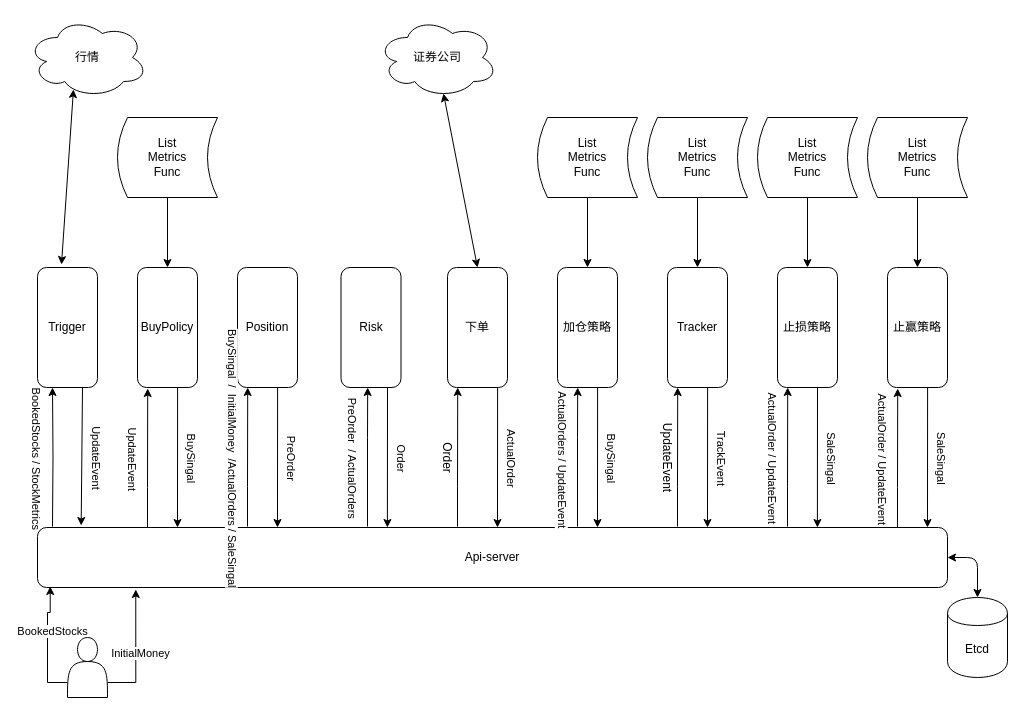
Above: model.drawio in charlesren/eagle (draw.io), before the change. Source tidied: cells renumbered, new cells numbered last; positions are measured from the earlier drawing's top-left corner, leaving out a move shared by most shapes. Both pictures are drawn from the tidied source at 100%, with x=0, y=0 at pixel (27, 17).
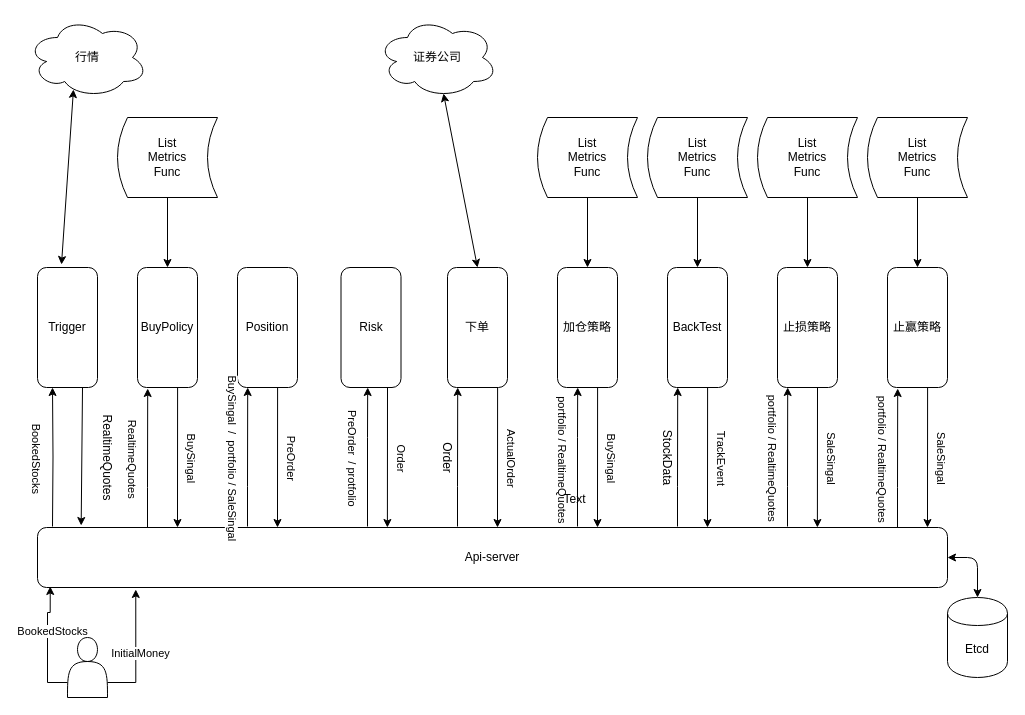
The same diagram, later.

The change refers to these unchanged cells:
```xml
<mxCell id="10" style="edgeStyle=orthogonalEdgeStyle;rounded=0;jettySize=auto;html=1;entryX=1;entryY=0.75;entryDx=0;entryDy=0;" parent="1" edge="1" target="2">
  <mxGeometry relative="1" as="geometry">
    <mxPoint x="25" y="509" as="sourcePoint" />
  </mxGeometry>
</mxCell>
<mxCell id="16" style="endArrow=classic;html=1;exitX=1;exitY=0.25;exitDx=0;exitDy=0;entryX=0.048;entryY=-0.033;entryDx=0;entryDy=0;entryPerimeter=0;" parent="1" edge="1" source="2" target="12">
  <mxGeometry relative="1" as="geometry" />
</mxCell>
<mxCell id="18" style="edgeStyle=orthogonalEdgeStyle;rounded=0;orthogonalLoop=1;jettySize=auto;html=1;exitX=0.042;exitY=-0.017;exitDx=0;exitDy=0;entryX=1;entryY=0.75;entryDx=0;entryDy=0;exitPerimeter=0;" parent="1" edge="1">
  <mxGeometry relative="1" as="geometry">
    <mxPoint x="120" y="510" as="sourcePoint" />
    <mxPoint x="120.2" y="371" as="targetPoint" />
    <Array as="points">
      <mxPoint x="120" y="470" />
      <mxPoint x="120" y="470" />
    </Array>
  </mxGeometry>
</mxCell>
<mxCell id="22" style="edgeStyle=orthogonalEdgeStyle;rounded=0;orthogonalLoop=1;jettySize=auto;html=1;exitX=0.042;exitY=-0.017;exitDx=0;exitDy=0;entryX=1;entryY=0.75;entryDx=0;entryDy=0;exitPerimeter=0;" parent="1" edge="1">
  <mxGeometry relative="1" as="geometry">
    <mxPoint x="220" y="509" as="sourcePoint" />
    <mxPoint x="220.2" y="370" as="targetPoint" />
    <Array as="points">
      <mxPoint x="220" y="469" />
      <mxPoint x="220" y="469" />
    </Array>
  </mxGeometry>
</mxCell>
<mxCell id="26" style="edgeStyle=orthogonalEdgeStyle;rounded=0;orthogonalLoop=1;jettySize=auto;html=1;exitX=0.042;exitY=-0.017;exitDx=0;exitDy=0;entryX=1;entryY=0.75;entryDx=0;entryDy=0;exitPerimeter=0;" parent="1" edge="1">
  <mxGeometry relative="1" as="geometry">
    <mxPoint x="340" y="509" as="sourcePoint" />
    <mxPoint x="340.2" y="370" as="targetPoint" />
    <Array as="points">
      <mxPoint x="340" y="420" />
      <mxPoint x="340" y="420" />
    </Array>
  </mxGeometry>
</mxCell>
<mxCell id="40" style="edgeStyle=orthogonalEdgeStyle;rounded=0;orthogonalLoop=1;jettySize=auto;html=1;exitX=0.042;exitY=-0.017;exitDx=0;exitDy=0;entryX=1;entryY=0.75;entryDx=0;entryDy=0;exitPerimeter=0;" parent="1" edge="1">
  <mxGeometry relative="1" as="geometry">
    <mxPoint x="550" y="509" as="sourcePoint" />
    <mxPoint x="550.2" y="370" as="targetPoint" />
    <Array as="points">
      <mxPoint x="550" y="420" />
      <mxPoint x="550" y="420" />
    </Array>
  </mxGeometry>
</mxCell>
<mxCell id="48" style="edgeStyle=orthogonalEdgeStyle;rounded=0;orthogonalLoop=1;jettySize=auto;html=1;exitX=0.042;exitY=-0.017;exitDx=0;exitDy=0;entryX=1;entryY=0.75;entryDx=0;entryDy=0;exitPerimeter=0;" parent="1" edge="1">
  <mxGeometry relative="1" as="geometry">
    <mxPoint x="760" y="509" as="sourcePoint" />
    <mxPoint x="760.2" y="370" as="targetPoint" />
    <Array as="points">
      <mxPoint x="760" y="469" />
      <mxPoint x="760" y="469" />
    </Array>
  </mxGeometry>
</mxCell>
<mxCell id="52" style="edgeStyle=orthogonalEdgeStyle;rounded=0;orthogonalLoop=1;jettySize=auto;html=1;exitX=0.042;exitY=-0.017;exitDx=0;exitDy=0;entryX=1;entryY=0.75;entryDx=0;entryDy=0;exitPerimeter=0;" parent="1" edge="1">
  <mxGeometry relative="1" as="geometry">
    <mxPoint x="870" y="510" as="sourcePoint" />
    <mxPoint x="870.2" y="371" as="targetPoint" />
    <Array as="points">
      <mxPoint x="870" y="470" />
      <mxPoint x="870" y="470" />
    </Array>
  </mxGeometry>
</mxCell>
```

Change to the diagram source:
```diff
@@
-    <mxCell id="11" value="BookedStocks / StockMetrics" style="edgeLabel;html=1;align=center;verticalAlign=middle;rotation=90;" parent="10" vertex="1">
+    <mxCell id="11" value="BookedStocks" style="edgeLabel;html=1;align=center;verticalAlign=middle;rotation=90;" parent="10" vertex="1">
       <mxGeometry x="0.02" y="-1" relative="1" as="geometry">
         <mxPoint x="-16" y="1.8" as="offset" />
       </mxGeometry>
     </mxCell>
@@
-    <mxCell id="17" value="UpdateEvent" style="edgeLabel;html=1;align=center;verticalAlign=middle;rotation=90;" parent="16" vertex="1">
-      <mxGeometry x="-0.18" y="1" relative="1" as="geometry">
-        <mxPoint x="14.1" y="13" as="offset" />
-      </mxGeometry>
-    </mxCell>
@@
-    <mxCell id="19" value="UpdateEvent" style="edgeLabel;html=1;align=center;verticalAlign=middle;rotation=90;" parent="18" vertex="1">
+    <mxCell id="19" value="RealtimeQuotes" style="edgeLabel;html=1;align=center;verticalAlign=middle;rotation=90;" parent="18" vertex="1">
       <mxGeometry x="0.02" y="-1" relative="1" as="geometry">
         <mxPoint x="-16" y="1.8" as="offset" />
       </mxGeometry>
     </mxCell>
@@
-    <mxCell id="23" value="BuySingal&amp;nbsp; /&amp;nbsp; InitialMoney&amp;nbsp; /ActualOrders / SaleSingal" style="edgeLabel;html=1;align=center;verticalAlign=middle;rotation=90;" parent="22" vertex="1">
+    <mxCell id="23" value="BuySingal&amp;nbsp; /&amp;nbsp; portfolio / SaleSingal" style="edgeLabel;html=1;align=center;verticalAlign=middle;rotation=90;" parent="22" vertex="1">
       <mxGeometry x="0.02" y="-1" relative="1" as="geometry">
         <mxPoint x="-16" y="1.8" as="offset" />
       </mxGeometry>
     </mxCell>
@@
-    <mxCell id="27" value="PreOrder&amp;nbsp; / ActualOrders" style="edgeLabel;html=1;align=center;verticalAlign=middle;rotation=90;" parent="26" vertex="1">
+    <mxCell id="27" value="PreOrder&amp;nbsp; / protfolio" style="edgeLabel;html=1;align=center;verticalAlign=middle;rotation=90;" parent="26" vertex="1">
       <mxGeometry x="0.02" y="-1" relative="1" as="geometry">
         <mxPoint x="-16" y="1.8" as="offset" />
       </mxGeometry>
     </mxCell>
@@
-    <mxCell id="37" value="Tracker" style="rounded=1;whiteSpace=wrap;html=1;direction=south;" parent="1" vertex="1">
+    <mxCell id="37" value="BackTest" style="rounded=1;whiteSpace=wrap;html=1;direction=south;" parent="1" vertex="1">
       <mxGeometry x="640" y="250" width="60" height="120" as="geometry" />
     </mxCell>
@@
-    <mxCell id="41" value="&amp;nbsp;ActualOrders / UpdateEvent" style="edgeLabel;html=1;align=center;verticalAlign=middle;rotation=90;" parent="40" vertex="1">
+    <mxCell id="41" value="&amp;nbsp;portfolio / RealtimeQuotes" style="edgeLabel;html=1;align=center;verticalAlign=middle;rotation=90;" parent="40" vertex="1">
       <mxGeometry x="0.02" y="-1" relative="1" as="geometry">
         <mxPoint x="-16" y="1.8" as="offset" />
       </mxGeometry>
     </mxCell>
@@
-    <mxCell id="45" value="UpdateEvent" style="text;html=1;align=center;verticalAlign=middle;rotation=90;" parent="1" vertex="1">
-      <mxGeometry x="600" y="430" width="80" height="20" as="geometry" />
+    <mxCell id="45" value="StockData" style="text;html=1;align=center;verticalAlign=middle;rotation=90;" parent="1" vertex="1">
+      <mxGeometry x="605" y="430" width="70" height="20" as="geometry" />
     </mxCell>
@@
-    <mxCell id="49" value="ActualOrder / UpdateEvent" style="edgeLabel;html=1;align=center;verticalAlign=middle;rotation=90;" parent="48" vertex="1">
+    <mxCell id="49" value="portfolio / RealtimeQuotes" style="edgeLabel;html=1;align=center;verticalAlign=middle;rotation=90;" parent="48" vertex="1">
       <mxGeometry x="0.02" y="-1" relative="1" as="geometry">
         <mxPoint x="-16" y="1.8" as="offset" />
       </mxGeometry>
     </mxCell>
@@
-    <mxCell id="53" value="ActualOrder / UpdateEvent" style="edgeLabel;html=1;align=center;verticalAlign=middle;rotation=90;" parent="52" vertex="1">
+    <mxCell id="53" value="portfolio / RealtimeQuotes" style="edgeLabel;html=1;align=center;verticalAlign=middle;rotation=90;" parent="52" vertex="1">
       <mxGeometry x="0.02" y="-1" relative="1" as="geometry">
         <mxPoint x="-16" y="1.8" as="offset" />
       </mxGeometry>
     </mxCell>
@@
+    <mxCell id="69" value="RealtimeQuotes" style="text;html=1;align=center;verticalAlign=middle;rotation=90;" parent="1" vertex="1">
+      <mxGeometry x="30" y="430" width="100" height="20" as="geometry" />
+    </mxCell>
+    <mxCell id="70" value="Text" style="text;html=1;align=center;verticalAlign=middle;" parent="1" vertex="1">
+      <mxGeometry x="527" y="472" width="40" height="20" as="geometry" />
+    </mxCell>
```
